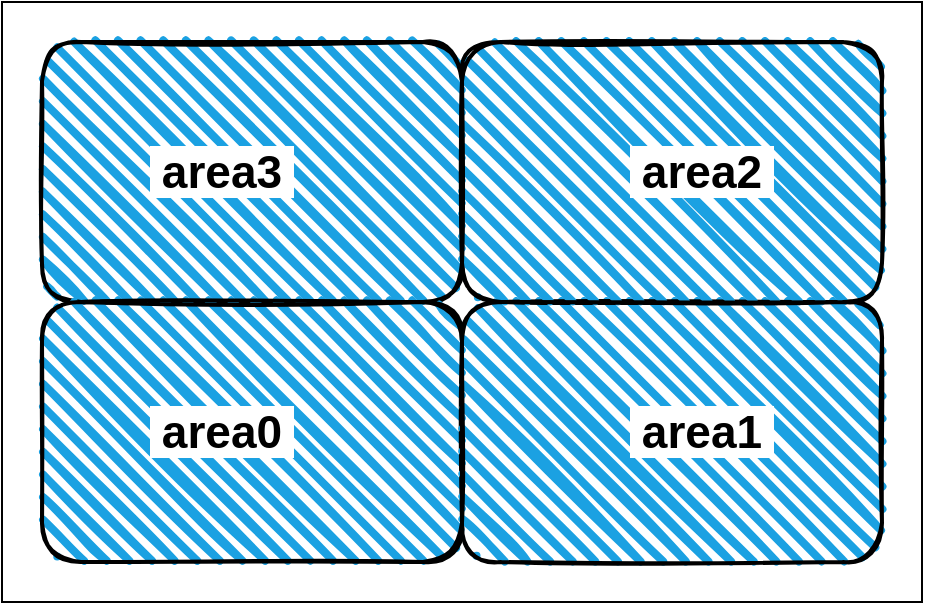
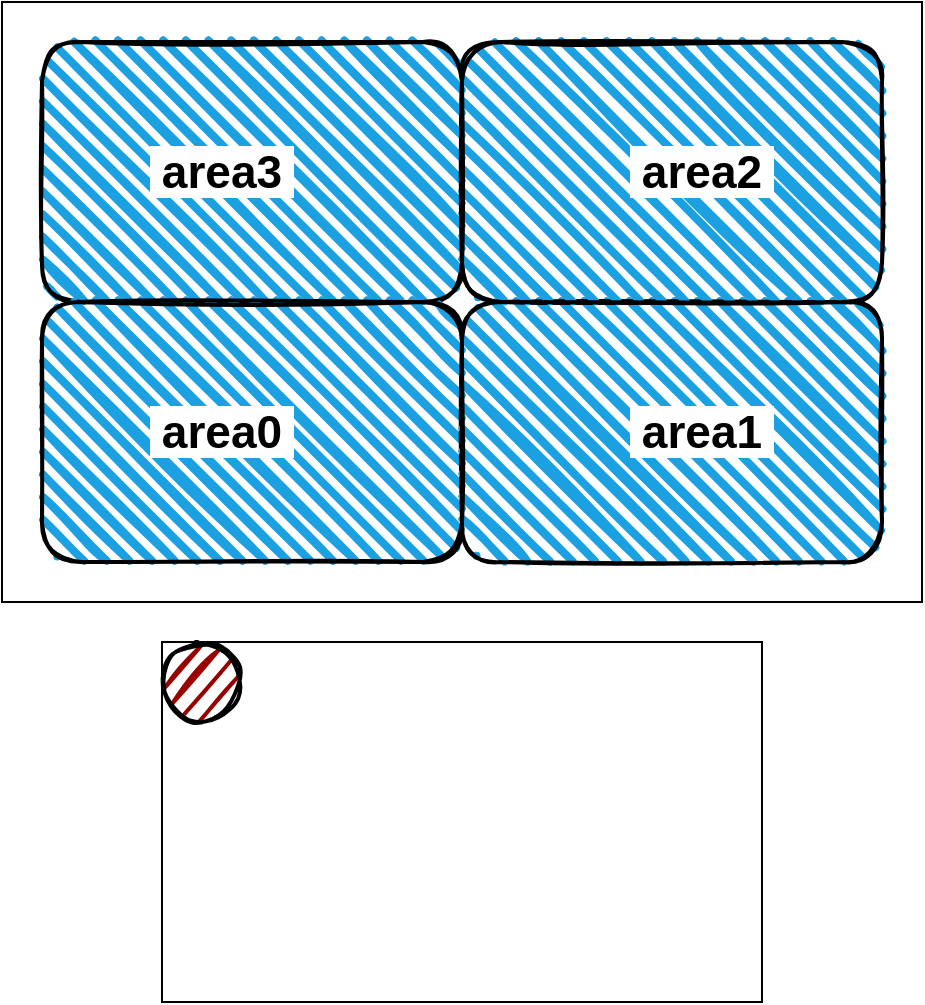
<mxfile host="65bd71144e">
    <diagram id="zIj-brfzsOGoRtYDn3DW" name="Page-1">
-         <mxGraphModel dx="556" dy="384" grid="1" gridSize="10" guides="1" tooltips="1" connect="1" arrows="1" fold="1" page="1" pageScale="1" pageWidth="850" pageHeight="1100" math="0" shadow="0">
+         <mxGraphModel dx="524" dy="410" grid="1" gridSize="10" guides="1" tooltips="1" connect="1" arrows="1" fold="1" page="1" pageScale="1" pageWidth="850" pageHeight="1100" math="0" shadow="0">
            <root>
                <mxCell id="0"/>
                <mxCell id="1" parent="0"/>
-                 <mxCell id="2" value="" style="rounded=0;whiteSpace=wrap;html=1;" vertex="1" parent="1">
+                 <mxCell id="2" value="" style="rounded=0;whiteSpace=wrap;html=1;" parent="1" vertex="1">
                    <mxGeometry x="60" y="60" width="460" height="300" as="geometry"/>
                </mxCell>
-                 <mxCell id="3" value="" style="rounded=1;whiteSpace=wrap;html=1;strokeWidth=2;fillWeight=4;hachureGap=8;hachureAngle=45;fillColor=#1ba1e2;sketch=1;" vertex="1" parent="1">
+                 <mxCell id="3" value="" style="rounded=1;whiteSpace=wrap;html=1;strokeWidth=2;fillWeight=4;hachureGap=8;hachureAngle=45;fillColor=#1ba1e2;sketch=1;" parent="1" vertex="1">
                    <mxGeometry x="80" y="80" width="210" height="130" as="geometry"/>
                </mxCell>
-                 <mxCell id="4" value="" style="rounded=1;whiteSpace=wrap;html=1;strokeWidth=2;fillWeight=4;hachureGap=8;hachureAngle=45;fillColor=#1ba1e2;sketch=1;" vertex="1" parent="1">
+                 <mxCell id="4" value="" style="rounded=1;whiteSpace=wrap;html=1;strokeWidth=2;fillWeight=4;hachureGap=8;hachureAngle=45;fillColor=#1ba1e2;sketch=1;" parent="1" vertex="1">
                    <mxGeometry x="80" y="210" width="210" height="130" as="geometry"/>
                </mxCell>
-                 <mxCell id="5" value="" style="rounded=1;whiteSpace=wrap;html=1;strokeWidth=2;fillWeight=4;hachureGap=8;hachureAngle=45;fillColor=#1ba1e2;sketch=1;" vertex="1" parent="1">
+                 <mxCell id="5" value="" style="rounded=1;whiteSpace=wrap;html=1;strokeWidth=2;fillWeight=4;hachureGap=8;hachureAngle=45;fillColor=#1ba1e2;sketch=1;" parent="1" vertex="1">
                    <mxGeometry x="290" y="210" width="210" height="130" as="geometry"/>
                </mxCell>
-                 <mxCell id="6" value="" style="rounded=1;whiteSpace=wrap;html=1;strokeWidth=2;fillWeight=4;hachureGap=8;hachureAngle=45;fillColor=#1ba1e2;sketch=1;" vertex="1" parent="1">
+                 <mxCell id="6" value="" style="rounded=1;whiteSpace=wrap;html=1;strokeWidth=2;fillWeight=4;hachureGap=8;hachureAngle=45;fillColor=#1ba1e2;sketch=1;" parent="1" vertex="1">
                    <mxGeometry x="290" y="80" width="210" height="130" as="geometry"/>
                </mxCell>
-                 <mxCell id="8" value="&lt;b&gt;&lt;font style=&quot;font-size: 23px; background-color: light-dark(#ffffff, var(--ge-dark-color, #121212));&quot;&gt;&amp;nbsp;area0&amp;nbsp;&lt;/font&gt;&lt;/b&gt;" style="text;html=1;align=center;verticalAlign=middle;whiteSpace=wrap;rounded=0;" vertex="1" parent="1">
+                 <mxCell id="8" value="&lt;b&gt;&lt;font style=&quot;font-size: 23px; background-color: light-dark(#ffffff, var(--ge-dark-color, #121212));&quot;&gt;&amp;nbsp;area0&amp;nbsp;&lt;/font&gt;&lt;/b&gt;" style="text;html=1;align=center;verticalAlign=middle;whiteSpace=wrap;rounded=0;" parent="1" vertex="1">
                    <mxGeometry x="140" y="260" width="60" height="30" as="geometry"/>
                </mxCell>
-                 <mxCell id="9" value="&lt;b&gt;&lt;font style=&quot;font-size: 23px; background-color: light-dark(#ffffff, var(--ge-dark-color, #121212));&quot;&gt;&amp;nbsp;area1&amp;nbsp;&lt;/font&gt;&lt;/b&gt;" style="text;html=1;align=center;verticalAlign=middle;whiteSpace=wrap;rounded=0;" vertex="1" parent="1">
+                 <mxCell id="9" value="&lt;b&gt;&lt;font style=&quot;font-size: 23px; background-color: light-dark(#ffffff, var(--ge-dark-color, #121212));&quot;&gt;&amp;nbsp;area1&amp;nbsp;&lt;/font&gt;&lt;/b&gt;" style="text;html=1;align=center;verticalAlign=middle;whiteSpace=wrap;rounded=0;" parent="1" vertex="1">
                    <mxGeometry x="380" y="260" width="60" height="30" as="geometry"/>
                </mxCell>
-                 <mxCell id="10" value="&lt;b&gt;&lt;font style=&quot;font-size: 23px; background-color: light-dark(#ffffff, var(--ge-dark-color, #121212));&quot;&gt;&amp;nbsp;area2&amp;nbsp;&lt;/font&gt;&lt;/b&gt;" style="text;html=1;align=center;verticalAlign=middle;whiteSpace=wrap;rounded=0;" vertex="1" parent="1">
+                 <mxCell id="10" value="&lt;b&gt;&lt;font style=&quot;font-size: 23px; background-color: light-dark(#ffffff, var(--ge-dark-color, #121212));&quot;&gt;&amp;nbsp;area2&amp;nbsp;&lt;/font&gt;&lt;/b&gt;" style="text;html=1;align=center;verticalAlign=middle;whiteSpace=wrap;rounded=0;" parent="1" vertex="1">
                    <mxGeometry x="380" y="130" width="60" height="30" as="geometry"/>
                </mxCell>
-                 <mxCell id="11" value="&lt;b&gt;&lt;font style=&quot;font-size: 23px; background-color: light-dark(#ffffff, var(--ge-dark-color, #121212));&quot;&gt;&amp;nbsp;area3&amp;nbsp;&lt;/font&gt;&lt;/b&gt;" style="text;html=1;align=center;verticalAlign=middle;whiteSpace=wrap;rounded=0;" vertex="1" parent="1">
+                 <mxCell id="11" value="&lt;b&gt;&lt;font style=&quot;font-size: 23px; background-color: light-dark(#ffffff, var(--ge-dark-color, #121212));&quot;&gt;&amp;nbsp;area3&amp;nbsp;&lt;/font&gt;&lt;/b&gt;" style="text;html=1;align=center;verticalAlign=middle;whiteSpace=wrap;rounded=0;" parent="1" vertex="1">
                    <mxGeometry x="140" y="130" width="60" height="30" as="geometry"/>
+                 </mxCell>
+                 <mxCell id="12" value="" style="rounded=0;whiteSpace=wrap;html=1;" vertex="1" parent="1">
+                     <mxGeometry x="140" y="380" width="300" height="180" as="geometry"/>
+                 </mxCell>
+                 <mxCell id="13" value="" style="ellipse;whiteSpace=wrap;html=1;strokeWidth=2;fillWeight=2;hachureGap=8;fillColor=#990000;fillStyle=dots;sketch=1;" vertex="1" parent="1">
+                     <mxGeometry x="140" y="380" width="40" height="40" as="geometry"/>
                </mxCell>
            </root>
        </mxGraphModel>
    </diagram>
</mxfile>